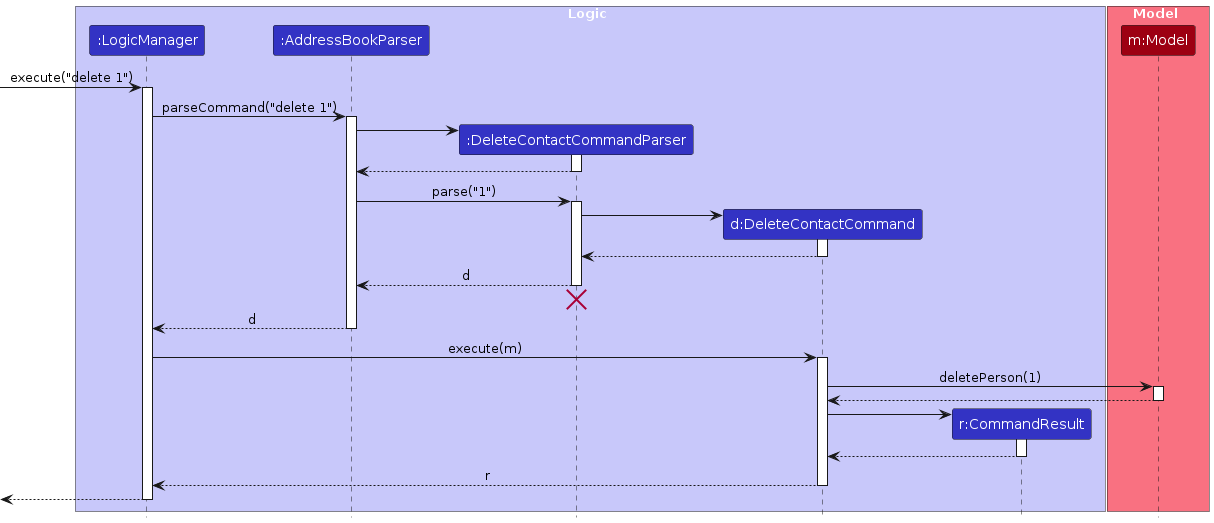
kararei/tp keeps this PlantUML diagram as diagrams/DeleteSequenceDiagram.png. Above is the earlier version. Its source is kept beside it as diagrams/DeleteSequenceDiagram.puml. The source it was exported from:
```plantuml
@startuml
!include style.puml
skinparam ArrowFontStyle plain

box Logic LOGIC_COLOR_T1
participant ":LogicManager" as LogicManager LOGIC_COLOR
participant ":AddressBookParser" as AddressBookParser LOGIC_COLOR
participant ":DeleteContactCommandParser" as DeleteCommandParser LOGIC_COLOR
participant "d:DeleteContactCommand" as DeleteCommand LOGIC_COLOR
participant "r:CommandResult" as CommandResult LOGIC_COLOR
end box

box Model MODEL_COLOR_T1
participant "m:Model" as Model MODEL_COLOR
end box

[-> LogicManager : execute("delete 1")
activate LogicManager

LogicManager -> AddressBookParser : parseCommand("delete 1")
activate AddressBookParser

create DeleteCommandParser
AddressBookParser -> DeleteCommandParser
activate DeleteCommandParser

DeleteCommandParser --> AddressBookParser
deactivate DeleteCommandParser

AddressBookParser -> DeleteCommandParser : parse("1")
activate DeleteCommandParser

create DeleteCommand
DeleteCommandParser -> DeleteCommand
activate DeleteCommand

DeleteCommand --> DeleteCommandParser :
deactivate DeleteCommand

DeleteCommandParser --> AddressBookParser : d
deactivate DeleteCommandParser
DeleteCommandParser -[hidden]-> AddressBookParser
destroy DeleteCommandParser

AddressBookParser --> LogicManager : d
deactivate AddressBookParser

LogicManager -> DeleteCommand : execute(m)
activate DeleteCommand

DeleteCommand -> Model : deletePerson(1)
activate Model

Model --> DeleteCommand
deactivate Model

create CommandResult
DeleteCommand -> CommandResult
activate CommandResult

CommandResult --> DeleteCommand
deactivate CommandResult

DeleteCommand --> LogicManager : r
deactivate DeleteCommand

[<--LogicManager
deactivate LogicManager
@enduml
```
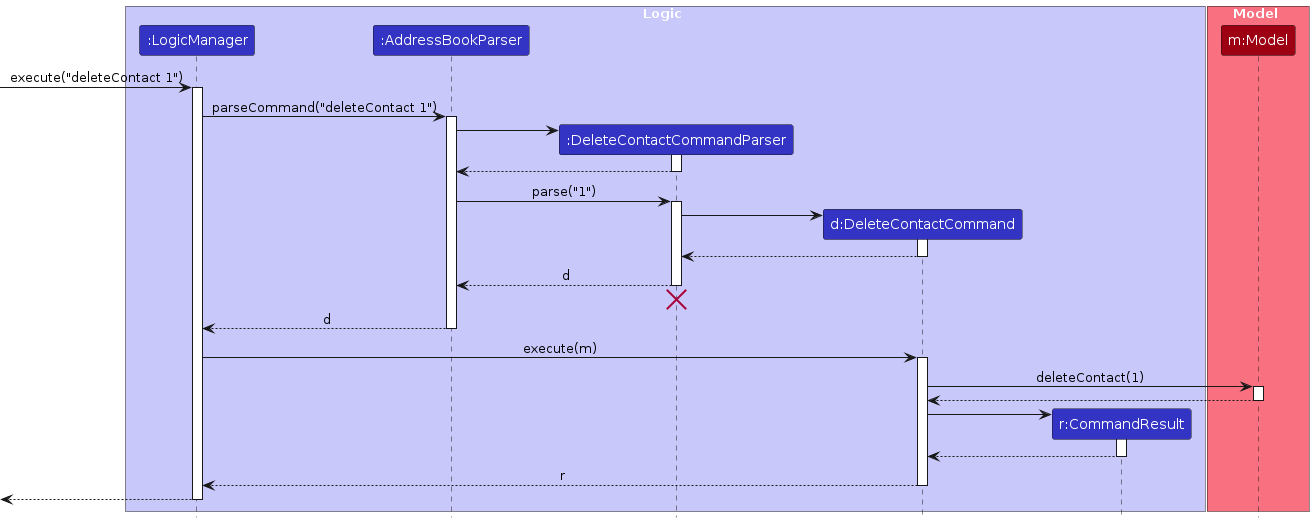
After the commit.

The edit, as a diff of the source:
```diff
@@ -14,10 +14,10 @@
 participant "m:Model" as Model MODEL_COLOR
 end box
 
-[-> LogicManager : execute("delete 1")
+[-> LogicManager : execute("deleteContact 1")
 activate LogicManager
 
-LogicManager -> AddressBookParser : parseCommand("delete 1")
+LogicManager -> AddressBookParser : parseCommand("deleteContact 1")
 activate AddressBookParser
 
 create DeleteCommandParser
@@ -48,7 +48,7 @@
 LogicManager -> DeleteCommand : execute(m)
 activate DeleteCommand
 
-DeleteCommand -> Model : deletePerson(1)
+DeleteCommand -> Model : deleteContact(1)
 activate Model
 
 Model --> DeleteCommand
```
